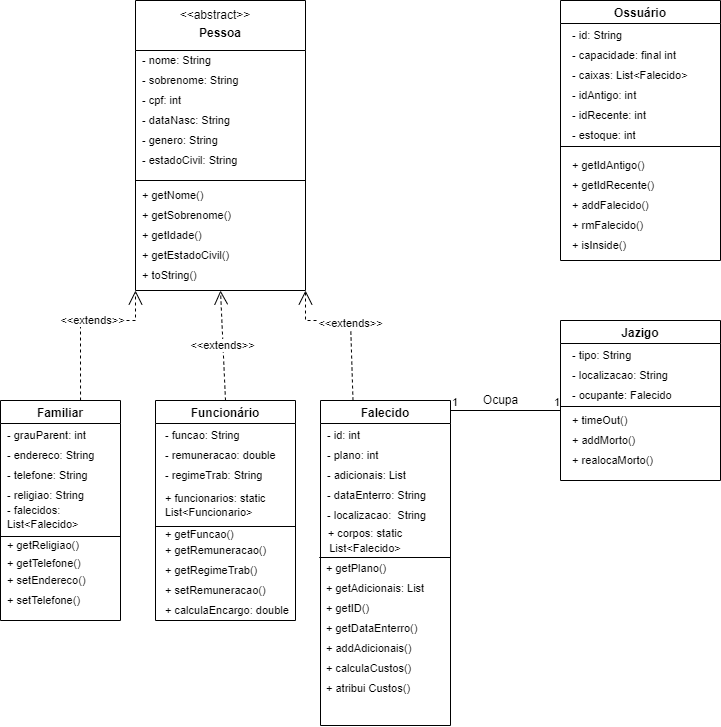
The draw.io diagram Diagrama_cemiterio.png in cemiterioPOO/Cemiterio, before a commit. Source tidied: cells renumbered, new cells last; positions are measured from the earlier drawing's top-left corner, leaving out a move shared by most shapes.
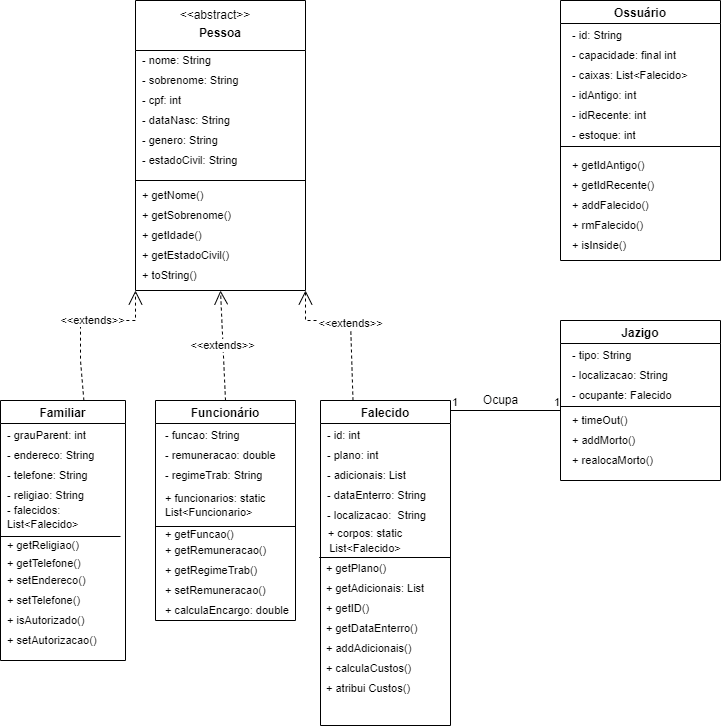
Later version of the same file.

Diff of the diagram source:
```diff
@@ -72,7 +72,7 @@
       <mxGeometry x="10" y="120" width="90" height="40" as="geometry" />
     </mxCell>
     <mxCell id="24" value="Familiar" style="swimlane;" parent="1" vertex="1">
-      <mxGeometry y="400" width="120" height="220" as="geometry" />
+      <mxGeometry y="400" width="125" height="260" as="geometry" />
     </mxCell>
     <mxCell id="25" value="- grauParent: int" style="text;html=1;strokeColor=none;fillColor=none;align=left;verticalAlign=middle;whiteSpace=wrap;rounded=0;fontSize=11;" parent="24" vertex="1">
       <mxGeometry x="5" y="20" width="110" height="30" as="geometry" />
@@ -104,6 +104,12 @@
     <mxCell id="34" value="&lt;span style=&quot;&quot;&gt;- falecidos: List&amp;lt;Falecido&amp;gt;&lt;/span&gt;" style="text;html=1;strokeColor=none;fillColor=none;align=left;verticalAlign=middle;whiteSpace=wrap;rounded=0;fontSize=11;" parent="24" vertex="1">
       <mxGeometry x="5" y="102" width="125" height="30" as="geometry" />
     </mxCell>
+    <mxCell id="81" value="&lt;font style=&quot;font-size: 11px;&quot;&gt;+ isAutorizado()&lt;/font&gt;" style="text;html=1;strokeColor=none;fillColor=none;align=left;verticalAlign=middle;whiteSpace=wrap;rounded=0;" parent="24" vertex="1">
+      <mxGeometry x="5" y="200" width="120" height="40" as="geometry" />
+    </mxCell>
+    <mxCell id="82" value="&lt;font style=&quot;font-size: 11px;&quot;&gt;+ setAutorizacao()&lt;/font&gt;" style="text;html=1;strokeColor=none;fillColor=none;align=left;verticalAlign=middle;whiteSpace=wrap;rounded=0;" parent="24" vertex="1">
+      <mxGeometry x="5" y="220" width="120" height="40" as="geometry" />
+    </mxCell>
     <mxCell id="35" value="Funcionário" style="swimlane;" parent="1" vertex="1">
       <mxGeometry x="155" y="400" width="140" height="220" as="geometry" />
     </mxCell>
```
